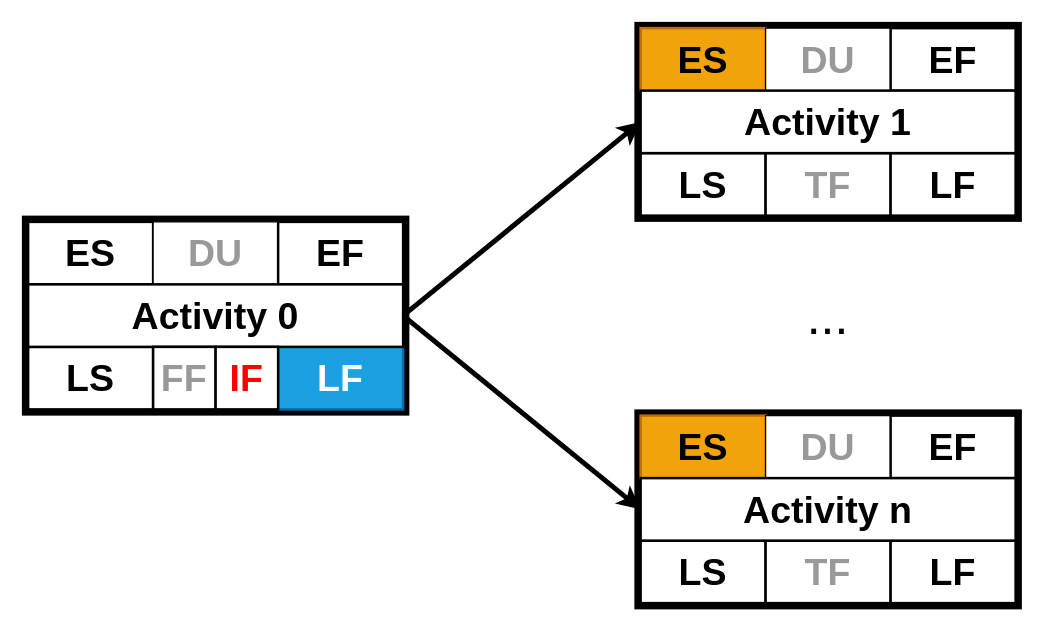
The draw.io diagram page "5" (5 of 6) of img/draw.io/cpm.drawio in shixiaobang/sp-and-spm, before the edit. Source tidied: cells renumbered, new cells numbered last; positions are measured from the earlier drawing's top-left corner, leaving out a move shared by most shapes. Both pictures are drawn from the tidied source at 125%, with x=0, y=0 at pixel (28, 28).
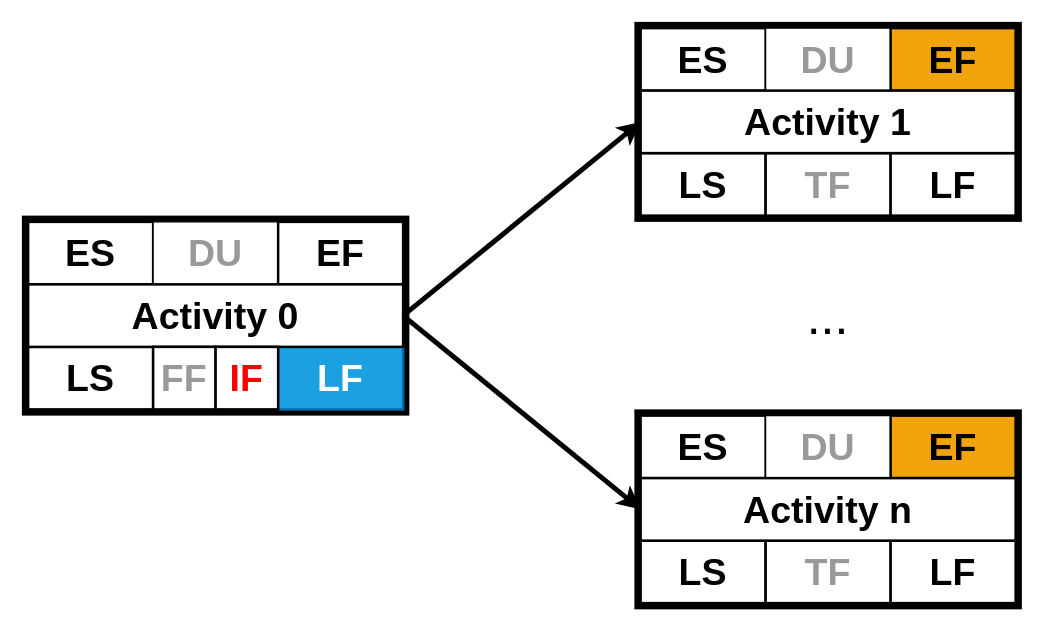
The same diagram, later.

Unchanged cells that the change refers to:
```xml
<mxCell id="2" style="group;" parent="1" vertex="1">
  <mxGeometry width="790" height="460" as="geometry" />
</mxCell>
<mxCell id="12" style="group;fillColor=default;fontColor=#ffffff;strokeColor=default;" parent="2" vertex="1">
  <mxGeometry x="490" y="310" width="300" height="150" as="geometry" />
</mxCell>
```

The edit, as a diff of the source:
```diff
@@
-    <mxCell id="3" style="group;fillColor=#f0a30a;fontColor=#000000;strokeColor=#BD7000;" parent="2" vertex="1">
+    <mxCell id="3" style="group;fillColor=#f0a30a;fontColor=#000000;strokeColor=default;" parent="2" vertex="1">
       <mxGeometry x="490" width="300" height="150" as="geometry" />
     </mxCell>
@@
-    <mxCell id="5" value="&lt;font size=&quot;1&quot; style=&quot;&quot;&gt;&lt;b style=&quot;font-size: 30px;&quot;&gt;ES&lt;/b&gt;&lt;/font&gt;" style="rounded=0;whiteSpace=wrap;html=1;fillColor=#f0a30a;strokeColor=#BD7000;fontColor=#000000;strokeWidth=2;" parent="3" vertex="1">
+    <mxCell id="5" value="&lt;font size=&quot;1&quot; style=&quot;&quot;&gt;&lt;b style=&quot;font-size: 30px;&quot;&gt;ES&lt;/b&gt;&lt;/font&gt;" style="rounded=0;whiteSpace=wrap;html=1;fillColor=default;strokeColor=default;fontColor=#000000;strokeWidth=2;" parent="3" vertex="1">
       <mxGeometry width="100" height="50" as="geometry" />
     </mxCell>
@@
-    <mxCell id="7" value="&lt;font color=&quot;#000000&quot; size=&quot;1&quot; style=&quot;&quot;&gt;&lt;b style=&quot;font-size: 30px;&quot;&gt;EF&lt;/b&gt;&lt;/font&gt;" style="rounded=0;whiteSpace=wrap;html=1;fillColor=default;fontColor=#ffffff;strokeColor=default;strokeWidth=2;" parent="3" vertex="1">
+    <mxCell id="7" value="&lt;font color=&quot;#000000&quot; size=&quot;1&quot; style=&quot;&quot;&gt;&lt;b style=&quot;font-size: 30px;&quot;&gt;EF&lt;/b&gt;&lt;/font&gt;" style="rounded=0;whiteSpace=wrap;html=1;fillColor=#f0a30a;fontColor=#000000;strokeColor=default;strokeWidth=2;" parent="3" vertex="1">
       <mxGeometry x="200" width="100" height="50" as="geometry" />
     </mxCell>
@@
-    <mxCell id="14" value="&lt;font size=&quot;1&quot; style=&quot;&quot;&gt;&lt;b style=&quot;font-size: 30px;&quot;&gt;ES&lt;/b&gt;&lt;/font&gt;" style="rounded=0;whiteSpace=wrap;html=1;fillColor=#f0a30a;strokeColor=#BD7000;fontColor=#000000;strokeWidth=2;" parent="12" vertex="1">
+    <mxCell id="14" value="&lt;font size=&quot;1&quot; style=&quot;&quot;&gt;&lt;b style=&quot;font-size: 30px;&quot;&gt;ES&lt;/b&gt;&lt;/font&gt;" style="rounded=0;whiteSpace=wrap;html=1;fillColor=default;strokeColor=default;fontColor=#000000;strokeWidth=2;" parent="12" vertex="1">
       <mxGeometry width="100" height="50" as="geometry" />
     </mxCell>
@@
-    <mxCell id="16" value="&lt;font color=&quot;#000000&quot; size=&quot;1&quot; style=&quot;&quot;&gt;&lt;b style=&quot;font-size: 30px;&quot;&gt;EF&lt;/b&gt;&lt;/font&gt;" style="rounded=0;whiteSpace=wrap;html=1;fillColor=default;fontColor=#ffffff;strokeColor=default;strokeWidth=2;" parent="12" vertex="1">
+    <mxCell id="16" value="&lt;font color=&quot;#000000&quot; size=&quot;1&quot; style=&quot;&quot;&gt;&lt;b style=&quot;font-size: 30px;&quot;&gt;EF&lt;/b&gt;&lt;/font&gt;" style="rounded=0;whiteSpace=wrap;html=1;fillColor=#f0a30a;fontColor=#000000;strokeColor=default;strokeWidth=2;" parent="12" vertex="1">
       <mxGeometry x="200" width="100" height="50" as="geometry" />
     </mxCell>
```
